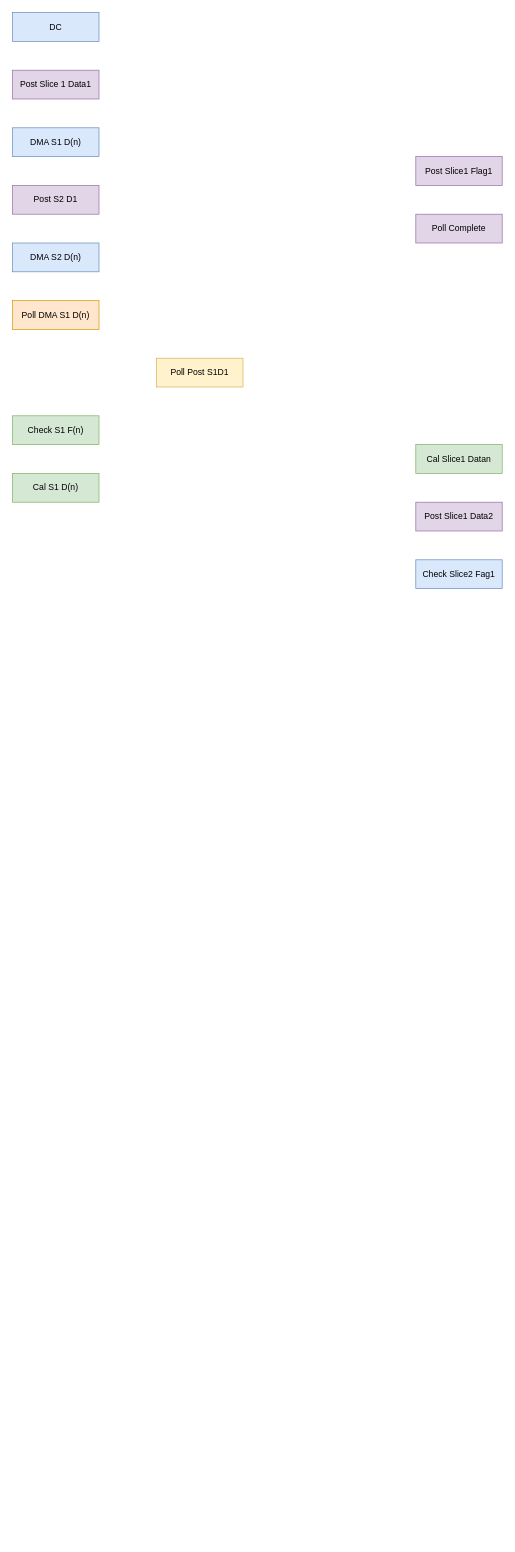
BEYHHH/SBLP keeps this draw.io diagram as TC2LINK/DC_LINK_WorkFlow.drawio. Above is the earlier version. Source tidied: cells renumbered, new cells numbered last; positions are measured from the earlier drawing's top-left corner, leaving out a move shared by most shapes. Both pictures are drawn from the tidied source at 72%, with x=0, y=0 at pixel (12, 12).
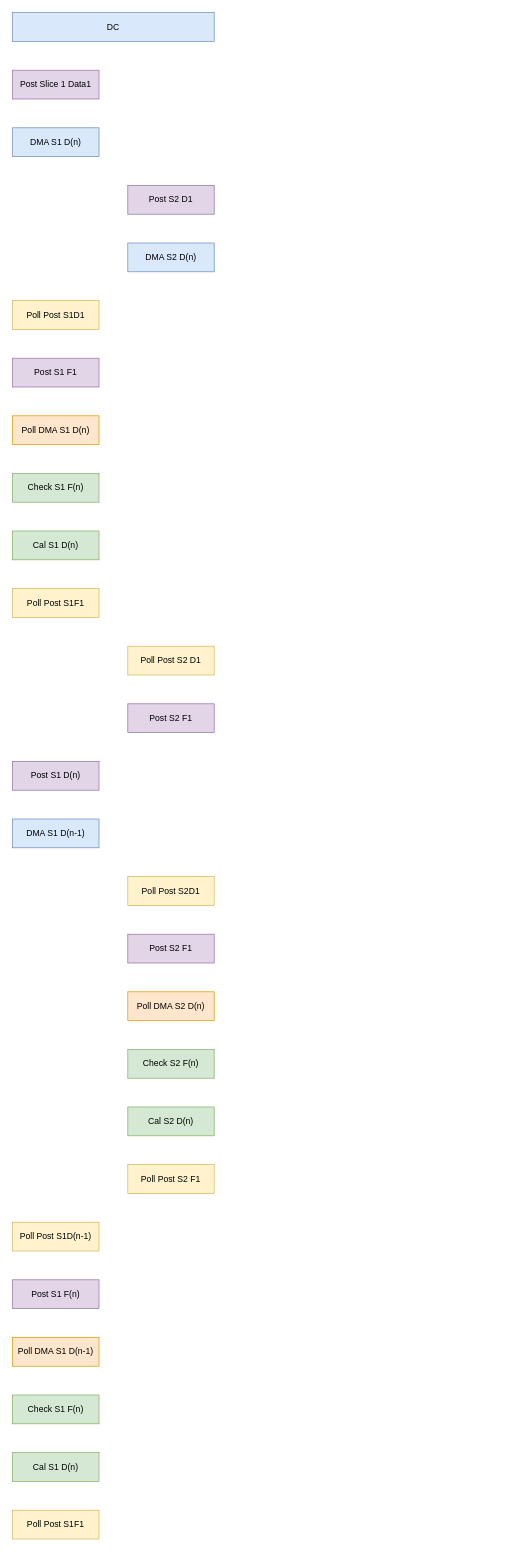
After the change.

Diff of the diagram source:
```diff
@@
     <mxCell id="2" value="DC" style="rounded=0;whiteSpace=wrap;html=1;fillColor=#dae8fc;strokeColor=#6c8ebf;" parent="1" vertex="1">
-      <mxGeometry width="120" height="40" as="geometry" />
+      <mxGeometry width="280" height="40" as="geometry" />
     </mxCell>
@@
     <mxCell id="4" value="Poll Post S1D1" style="rounded=0;whiteSpace=wrap;html=1;fillColor=#fff2cc;strokeColor=#d6b656;" parent="1" vertex="1">
-      <mxGeometry x="200" y="480" width="120" height="40" as="geometry" />
+      <mxGeometry y="400" width="120" height="40" as="geometry" />
     </mxCell>
-    <mxCell id="5" value="Poll Complete" style="rounded=0;whiteSpace=wrap;html=1;fillColor=#e1d5e7;strokeColor=#9673a6;" parent="1" vertex="1">
-      <mxGeometry x="560" y="280" width="120" height="40" as="geometry" />
-    </mxCell>
-    <mxCell id="6" value="Post Slice1 Flag1" style="rounded=0;whiteSpace=wrap;html=1;fillColor=#e1d5e7;strokeColor=#9673a6;" parent="1" vertex="1">
-      <mxGeometry x="560" y="200" width="120" height="40" as="geometry" />
-    </mxCell>
     <mxCell id="7" value="Check S1 F(n)" style="rounded=0;whiteSpace=wrap;html=1;fillColor=#d5e8d4;strokeColor=#82b366;" parent="1" vertex="1">
-      <mxGeometry y="560" width="120" height="40" as="geometry" />
+      <mxGeometry y="640" width="120" height="40" as="geometry" />
     </mxCell>
-    <mxCell id="8" value="Cal Slice1 Datan" style="rounded=0;whiteSpace=wrap;html=1;fillColor=#d5e8d4;strokeColor=#82b366;" parent="1" vertex="1">
-      <mxGeometry x="560" y="600" width="120" height="40" as="geometry" />
-    </mxCell>
     <mxCell id="9" value="Post S2 D1" style="rounded=0;whiteSpace=wrap;html=1;fillColor=#e1d5e7;strokeColor=#9673a6;" parent="1" vertex="1">
-      <mxGeometry y="240" width="120" height="40" as="geometry" />
+      <mxGeometry x="160" y="240" width="120" height="40" as="geometry" />
     </mxCell>
@@
-    <mxCell id="11" value="Post Slice1 Data2" style="rounded=0;whiteSpace=wrap;html=1;fillColor=#e1d5e7;strokeColor=#9673a6;" parent="1" vertex="1">
-      <mxGeometry x="560" y="680" width="120" height="40" as="geometry" />
-    </mxCell>
-    <mxCell id="12" value="Check Slice2 Fag1" style="rounded=0;whiteSpace=wrap;html=1;fillColor=#dae8fc;strokeColor=#6c8ebf;" parent="1" vertex="1">
-      <mxGeometry x="560" y="760" width="120" height="40" as="geometry" />
-    </mxCell>
     <mxCell id="13" value="DMA S2 D(n)" style="rounded=0;whiteSpace=wrap;html=1;fillColor=#dae8fc;strokeColor=#6c8ebf;" parent="1" vertex="1">
-      <mxGeometry y="320" width="120" height="40" as="geometry" />
+      <mxGeometry x="160" y="320" width="120" height="40" as="geometry" />
     </mxCell>
     <mxCell id="14" value="Poll DMA S1 D(n)" style="rounded=0;whiteSpace=wrap;html=1;fillColor=#ffe6cc;strokeColor=#d79b00;" parent="1" vertex="1">
-      <mxGeometry y="400" width="120" height="40" as="geometry" />
+      <mxGeometry y="560" width="120" height="40" as="geometry" />
     </mxCell>
     <mxCell id="15" value="Cal S1 D(n)" style="rounded=0;whiteSpace=wrap;html=1;fillColor=#d5e8d4;strokeColor=#82b366;" parent="1" vertex="1">
-      <mxGeometry y="640" width="120" height="40" as="geometry" />
+      <mxGeometry y="720" width="120" height="40" as="geometry" />
     </mxCell>
+    <mxCell id="16" value="Post S1 D(n)" style="rounded=0;whiteSpace=wrap;html=1;fillColor=#e1d5e7;strokeColor=#9673a6;" parent="1" vertex="1">
+      <mxGeometry y="1040" width="120" height="40" as="geometry" />
+    </mxCell>
+    <mxCell id="17" value="DMA S1 D(n-1)" style="rounded=0;whiteSpace=wrap;html=1;fillColor=#dae8fc;strokeColor=#6c8ebf;" parent="1" vertex="1">
+      <mxGeometry y="1120" width="120" height="40" as="geometry" />
+    </mxCell>
+    <mxCell id="18" value="Post S1 F1" style="rounded=0;whiteSpace=wrap;html=1;fillColor=#e1d5e7;strokeColor=#9673a6;" parent="1" vertex="1">
+      <mxGeometry y="480" width="120" height="40" as="geometry" />
+    </mxCell>
+    <mxCell id="19" value="Poll Post S1F1" style="rounded=0;whiteSpace=wrap;html=1;fillColor=#fff2cc;strokeColor=#d6b656;" parent="1" vertex="1">
+      <mxGeometry y="800" width="120" height="40" as="geometry" />
+    </mxCell>
+    <mxCell id="20" value="Poll Post S2 D1" style="rounded=0;whiteSpace=wrap;html=1;fillColor=#fff2cc;strokeColor=#d6b656;" parent="1" vertex="1">
+      <mxGeometry x="160" y="880" width="120" height="40" as="geometry" />
+    </mxCell>
+    <mxCell id="21" value="Post S2 F1" style="rounded=0;whiteSpace=wrap;html=1;fillColor=#e1d5e7;strokeColor=#9673a6;" parent="1" vertex="1">
+      <mxGeometry x="160" y="960" width="120" height="40" as="geometry" />
+    </mxCell>
+    <mxCell id="22" value="Poll Post S2D1" style="rounded=0;whiteSpace=wrap;html=1;fillColor=#fff2cc;strokeColor=#d6b656;" parent="1" vertex="1">
+      <mxGeometry x="160" y="1200" width="120" height="40" as="geometry" />
+    </mxCell>
+    <mxCell id="23" value="Check S2 F(n)" style="rounded=0;whiteSpace=wrap;html=1;fillColor=#d5e8d4;strokeColor=#82b366;" parent="1" vertex="1">
+      <mxGeometry x="160" y="1440" width="120" height="40" as="geometry" />
+    </mxCell>
+    <mxCell id="24" value="Poll DMA S2 D(n)" style="rounded=0;whiteSpace=wrap;html=1;fillColor=#ffe6cc;strokeColor=#d79b00;" parent="1" vertex="1">
+      <mxGeometry x="160" y="1360" width="120" height="40" as="geometry" />
+    </mxCell>
+    <mxCell id="25" value="Cal S2 D(n)" style="rounded=0;whiteSpace=wrap;html=1;fillColor=#d5e8d4;strokeColor=#82b366;" parent="1" vertex="1">
+      <mxGeometry x="160" y="1520" width="120" height="40" as="geometry" />
+    </mxCell>
+    <mxCell id="26" value="Post S2 F1" style="rounded=0;whiteSpace=wrap;html=1;fillColor=#e1d5e7;strokeColor=#9673a6;" parent="1" vertex="1">
+      <mxGeometry x="160" y="1280" width="120" height="40" as="geometry" />
+    </mxCell>
+    <mxCell id="27" value="Poll Post S2 F1" style="rounded=0;whiteSpace=wrap;html=1;fillColor=#fff2cc;strokeColor=#d6b656;" parent="1" vertex="1">
+      <mxGeometry x="160" y="1600" width="120" height="40" as="geometry" />
+    </mxCell>
+    <mxCell id="28" value="Poll Post S1D(n-1)" style="rounded=0;whiteSpace=wrap;html=1;fillColor=#fff2cc;strokeColor=#d6b656;" parent="1" vertex="1">
+      <mxGeometry y="1680" width="120" height="40" as="geometry" />
+    </mxCell>
+    <mxCell id="29" value="Check S1 F(n)" style="rounded=0;whiteSpace=wrap;html=1;fillColor=#d5e8d4;strokeColor=#82b366;" parent="1" vertex="1">
+      <mxGeometry y="1920" width="120" height="40" as="geometry" />
+    </mxCell>
+    <mxCell id="30" value="Poll DMA S1 D(n-1)" style="rounded=0;whiteSpace=wrap;html=1;fillColor=#ffe6cc;strokeColor=#d79b00;" parent="1" vertex="1">
+      <mxGeometry y="1840" width="120" height="40" as="geometry" />
+    </mxCell>
+    <mxCell id="31" value="Cal S1 D(n)" style="rounded=0;whiteSpace=wrap;html=1;fillColor=#d5e8d4;strokeColor=#82b366;" parent="1" vertex="1">
+      <mxGeometry y="2000" width="120" height="40" as="geometry" />
+    </mxCell>
+    <mxCell id="32" value="Post S1 F(n)" style="rounded=0;whiteSpace=wrap;html=1;fillColor=#e1d5e7;strokeColor=#9673a6;" parent="1" vertex="1">
+      <mxGeometry y="1760" width="120" height="40" as="geometry" />
+    </mxCell>
+    <mxCell id="33" value="Poll Post S1F1" style="rounded=0;whiteSpace=wrap;html=1;fillColor=#fff2cc;strokeColor=#d6b656;" parent="1" vertex="1">
+      <mxGeometry y="2080" width="120" height="40" as="geometry" />
+    </mxCell>
```
